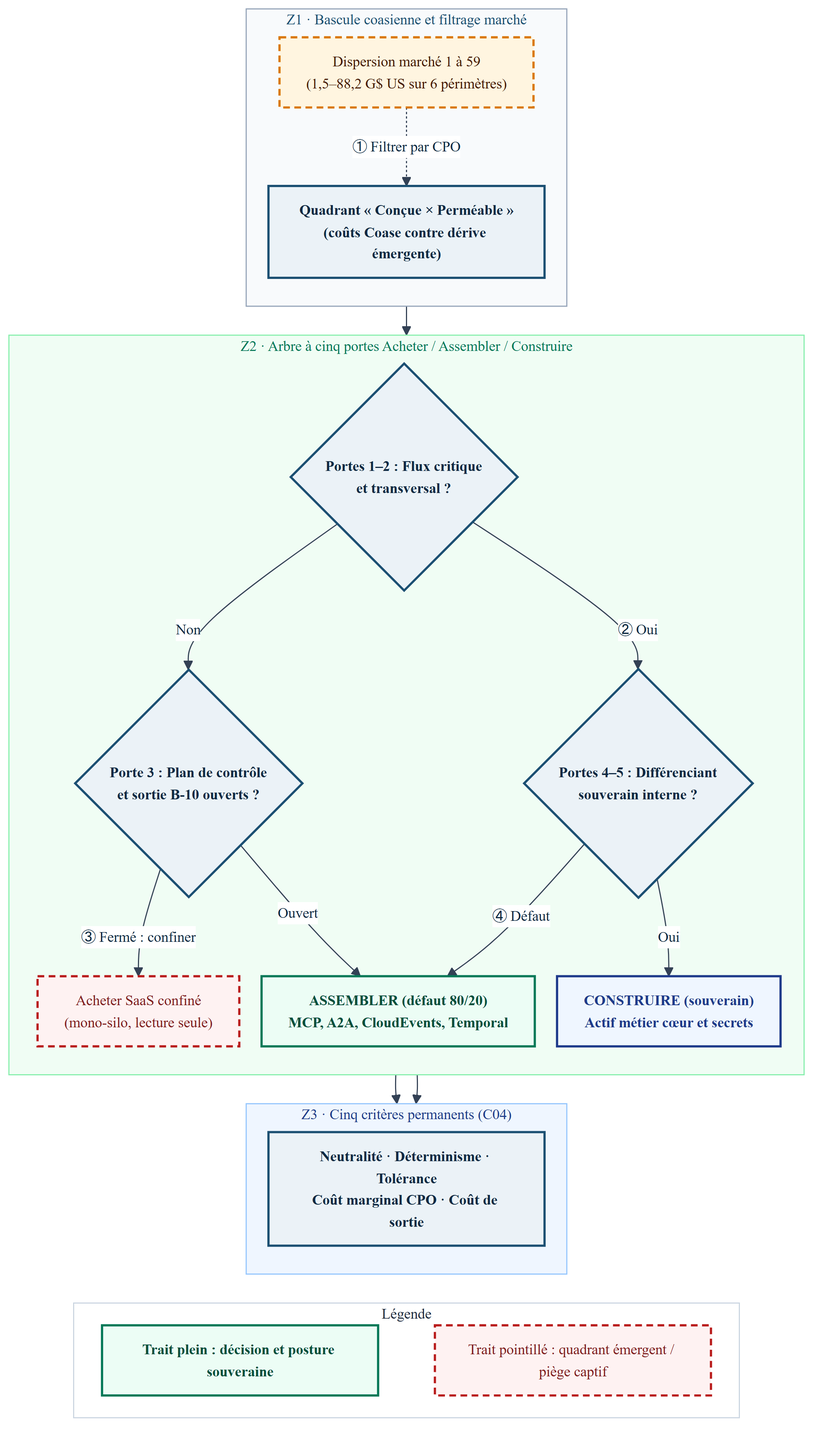
This is Compendium/ouvrage/schemas/rendus/SCH-03-01.png from agbruneau/Agentique, a Mermaid export, as it was before one commit. Its source is kept beside it as Compendium/ouvrage/schemas/SCH-03-01.mmd. Source of this version:
```mermaid
%%{init: {'theme': 'base', 'themeVariables': {'fontFamily': 'DejaVu Sans', 'fontSize': '13px', 'lineColor': '#334155', 'edgeLabelBackground': '#FFFFFF', 'primaryTextColor': '#0F2942'}, 'flowchart': {'nodeSpacing': 20, 'rankSpacing': 26, 'padding': 12}}}%%
flowchart TB
  subgraph Z1["Z1 · Bascule coasienne et filtrage marché"]
    direction TB
    N1["Dispersion marché 1 à 59<br/>(1,5–88,2 G$ US sur 6 périmètres)"]:::prob
    N2["Quadrant « Conçue × Perméable »<br/>(coûts Coase contre dérive émergente)"]:::det
    N1 -.->|"① Filtrer par CPO"| N2
  end

  subgraph Z2["Z2 · Arbre à cinq portes Acheter / Assembler / Construire"]
    direction TB
    N3{"Portes 1–2 : Flux critique<br/>et transversal ?"}:::det
    N4{"Porte 3 : Plan de contrôle<br/>et sortie B-10 ouverts ?"}:::det
    N5["Acheter SaaS confiné<br/>(mono-silo, lecture seule)"]:::warn
    N6{"Portes 4–5 : Différenciant<br/>souverain interne ?"}:::det
    N7["ASSEMBLER (défaut 80/20)<br/>MCP, A2A, CloudEvents, Temporal"]:::green
    N8["CONSTRUIRE (souverain)<br/>Actif métier cœur et secrets"]:::blue
    N3 -->|"Non"| N4
    N4 -->|"③ Fermé : confiner"| N5
    N4 -->|"Ouvert"| N7
    N3 -->|"② Oui"| N6
    N6 -->|"④ Défaut"| N7
    N6 -->|"Oui"| N8
  end

  subgraph Z3["Z3 · Cinq critères permanents (C04)"]
    direction TB
    N9["Neutralité · Déterminisme · Tolérance<br/>Coût marginal CPO · Coût de sortie"]:::det
  end

  N2 --> N3
  N7 --> N9
  N8 --> N9

  subgraph LEG["Légende"]
    direction LR
    L_DET["Trait plein : décision et posture souveraine"]:::green
    L_PROB["Trait pointillé : quadrant émergent / piège captif"]:::warn
    L_DET ~~~ L_PROB
  end

  N9 ~~~ L_DET

  classDef det fill:#EBF2F7,stroke:#1B4F72,stroke-width:2px,color:#0F2942,font-weight:bold
  classDef prob fill:#FFF5E0,stroke:#D97706,stroke-width:2px,stroke-dasharray:6 4,color:#451A03
  classDef warn fill:#FEF2F2,stroke:#B91C1C,stroke-width:2px,stroke-dasharray:6 4,color:#7F1D1D
  classDef green fill:#ECFDF5,stroke:#047857,stroke-width:2px,color:#064E3B,font-weight:bold
  classDef blue fill:#EFF6FF,stroke:#1E3A8A,stroke-width:2px,color:#1E3A8A,font-weight:bold
  style Z1 fill:#F8FAFC,stroke:#94A3B8,color:#1B4F72
  style Z2 fill:#F0FDF4,stroke:#86EFAC,color:#047857
  style Z3 fill:#EFF6FF,stroke:#93C5FD,color:#1E3A8A
  style LEG fill:#FFFFFF,stroke:#CBD5E1,color:#1E293B
```
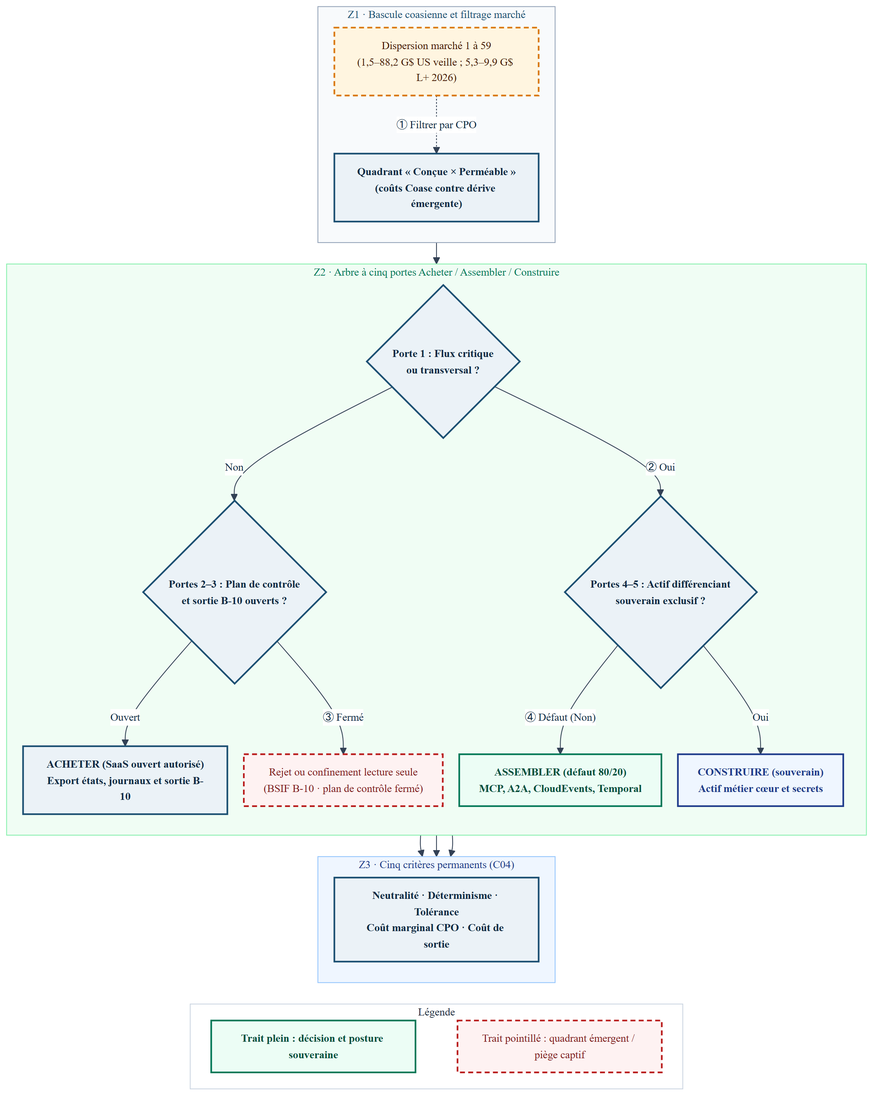
After the commit.

Diff of the diagram source:
```diff
@@ -2,24 +2,25 @@
 flowchart TB
   subgraph Z1["Z1 · Bascule coasienne et filtrage marché"]
     direction TB
-    N1["Dispersion marché 1 à 59<br/>(1,5–88,2 G$ US sur 6 périmètres)"]:::prob
+    N1["Dispersion marché 1 à 59<br/>(1,5–88,2 G$ US veille ; 5,3–9,9 G$ L+ 2026)"]:::prob
     N2["Quadrant « Conçue × Perméable »<br/>(coûts Coase contre dérive émergente)"]:::det
     N1 -.->|"① Filtrer par CPO"| N2
   end
 
   subgraph Z2["Z2 · Arbre à cinq portes Acheter / Assembler / Construire"]
     direction TB
-    N3{"Portes 1–2 : Flux critique<br/>et transversal ?"}:::det
-    N4{"Porte 3 : Plan de contrôle<br/>et sortie B-10 ouverts ?"}:::det
-    N5["Acheter SaaS confiné<br/>(mono-silo, lecture seule)"]:::warn
-    N6{"Portes 4–5 : Différenciant<br/>souverain interne ?"}:::det
+    N3{"Porte 1 : Flux critique<br/>ou transversal ?"}:::det
+    N4{"Portes 2–3 : Plan de contrôle<br/>et sortie B-10 ouverts ?"}:::det
+    N5["ACHETER (SaaS ouvert autorisé)<br/>Export états, journaux et sortie B-10"]:::det
+    N10["Rejet ou confinement lecture seule<br/>(BSIF B-10 · plan de contrôle fermé)"]:::warn
+    N6{"Portes 4–5 : Actif différenciant<br/>souverain exclusif ?"}:::det
     N7["ASSEMBLER (défaut 80/20)<br/>MCP, A2A, CloudEvents, Temporal"]:::green
     N8["CONSTRUIRE (souverain)<br/>Actif métier cœur et secrets"]:::blue
     N3 -->|"Non"| N4
-    N4 -->|"③ Fermé : confiner"| N5
-    N4 -->|"Ouvert"| N7
+    N4 -->|"Ouvert"| N5
+    N4 -->|"③ Fermé"| N10
     N3 -->|"② Oui"| N6
-    N6 -->|"④ Défaut"| N7
+    N6 -->|"④ Défaut (Non)"| N7
     N6 -->|"Oui"| N8
   end
 
@@ -29,6 +30,7 @@
   end
 
   N2 --> N3
+  N5 --> N9
   N7 --> N9
   N8 --> N9
 
```
